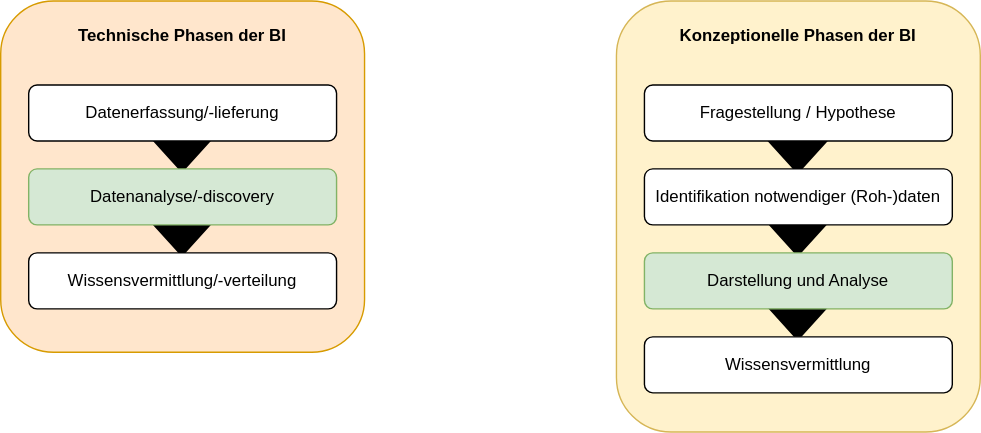
The draw.io diagram public/img/superset-bi-phases-highlighted2.svg in terrestris/fossgis2024, before a commit. Source tidied: cells renumbered, new cells last; positions are measured from the earlier drawing's top-left corner, leaving out a move shared by most shapes. The source it was exported from:
```xml
<mxGraphModel>
  <root>
    <mxCell id="0" />
    <mxCell id="1" parent="0" />
    <mxCell id="2" style="rounded=1;whiteSpace=wrap;html=1;fillColor=#ffe6cc;strokeColor=#d79b00;" parent="1" vertex="1">
      <mxGeometry width="260" height="251" as="geometry" />
    </mxCell>
    <mxCell id="3" style="shape=flexArrow;endArrow=classic;html=1;rounded=0;strokeWidth=20;" parent="1" edge="1">
      <mxGeometry relative="1" as="geometry">
        <mxPoint x="129.5" y="128" as="sourcePoint" />
        <mxPoint x="129.5" y="178" as="targetPoint" />
      </mxGeometry>
    </mxCell>
    <mxCell id="4" style="shape=flexArrow;endArrow=classic;html=1;rounded=0;strokeWidth=20;" parent="1" edge="1">
      <mxGeometry relative="1" as="geometry">
        <mxPoint x="129.5" y="68" as="sourcePoint" />
        <mxPoint x="129.5" y="118" as="targetPoint" />
      </mxGeometry>
    </mxCell>
    <mxCell id="5" value="Datenerfassung/-lieferung" style="rounded=1;whiteSpace=wrap;html=1;" parent="1" vertex="1">
      <mxGeometry x="20" y="60" width="220" height="40" as="geometry" />
    </mxCell>
    <mxCell id="6" value="Datenanalyse/-discovery" style="rounded=1;whiteSpace=wrap;html=1;fillColor=#d5e8d4;strokeColor=#82b366;" parent="1" vertex="1">
      <mxGeometry x="20" y="120" width="220" height="40" as="geometry" />
    </mxCell>
    <mxCell id="7" value="Wissensvermittlung/-verteilung" style="rounded=1;whiteSpace=wrap;html=1;" parent="1" vertex="1">
      <mxGeometry x="20" y="180" width="220" height="40" as="geometry" />
    </mxCell>
    <mxCell id="8" value="Technische Phasen der BI" style="text;html=1;strokeColor=none;fillColor=none;align=center;verticalAlign=middle;whiteSpace=wrap;rounded=0;fontStyle=1;" parent="1" vertex="1">
      <mxGeometry x="20" y="10" width="220" height="30" as="geometry" />
    </mxCell>
    <mxCell id="9" style="rounded=1;whiteSpace=wrap;html=1;fillColor=#fff2cc;strokeColor=#d6b656;" parent="1" vertex="1">
      <mxGeometry x="440" width="260" height="308" as="geometry" />
    </mxCell>
    <mxCell id="10" style="shape=flexArrow;endArrow=classic;html=1;rounded=0;strokeWidth=20;" parent="1" edge="1">
      <mxGeometry relative="1" as="geometry">
        <mxPoint x="569.5" y="69" as="sourcePoint" />
        <mxPoint x="569.5" y="119" as="targetPoint" />
      </mxGeometry>
    </mxCell>
    <mxCell id="11" style="shape=flexArrow;endArrow=classic;html=1;rounded=0;strokeWidth=20;" parent="1" edge="1">
      <mxGeometry relative="1" as="geometry">
        <mxPoint x="569.5" y="128" as="sourcePoint" />
        <mxPoint x="569.5" y="178" as="targetPoint" />
      </mxGeometry>
    </mxCell>
    <mxCell id="12" style="shape=flexArrow;endArrow=classic;html=1;rounded=0;strokeWidth=20;" parent="1" edge="1">
      <mxGeometry relative="1" as="geometry">
        <mxPoint x="569.5" y="188" as="sourcePoint" />
        <mxPoint x="569.5" y="238" as="targetPoint" />
      </mxGeometry>
    </mxCell>
    <mxCell id="13" value="Fragestellung / Hypothese" style="rounded=1;whiteSpace=wrap;html=1;" parent="1" vertex="1">
      <mxGeometry x="460" y="60" width="220" height="40" as="geometry" />
    </mxCell>
    <mxCell id="14" value="Identifikation notwendiger (Roh-)daten" style="rounded=1;whiteSpace=wrap;html=1;" parent="1" vertex="1">
      <mxGeometry x="460" y="120" width="220" height="40" as="geometry" />
    </mxCell>
    <mxCell id="15" value="Darstellung und Analyse" style="rounded=1;whiteSpace=wrap;html=1;fillColor=#d5e8d4;strokeColor=#82b366;" parent="1" vertex="1">
      <mxGeometry x="460" y="180" width="220" height="40" as="geometry" />
    </mxCell>
    <mxCell id="16" value="Wissensvermittlung" style="rounded=1;whiteSpace=wrap;html=1;" parent="1" vertex="1">
      <mxGeometry x="460" y="240" width="220" height="40" as="geometry" />
    </mxCell>
    <mxCell id="17" value="Konzeptionelle Phasen der BI" style="text;html=1;strokeColor=none;fillColor=none;align=center;verticalAlign=middle;whiteSpace=wrap;rounded=0;fontStyle=1;" parent="1" vertex="1">
      <mxGeometry x="460" y="10" width="220" height="30" as="geometry" />
    </mxCell>
  </root>
</mxGraphModel>
```
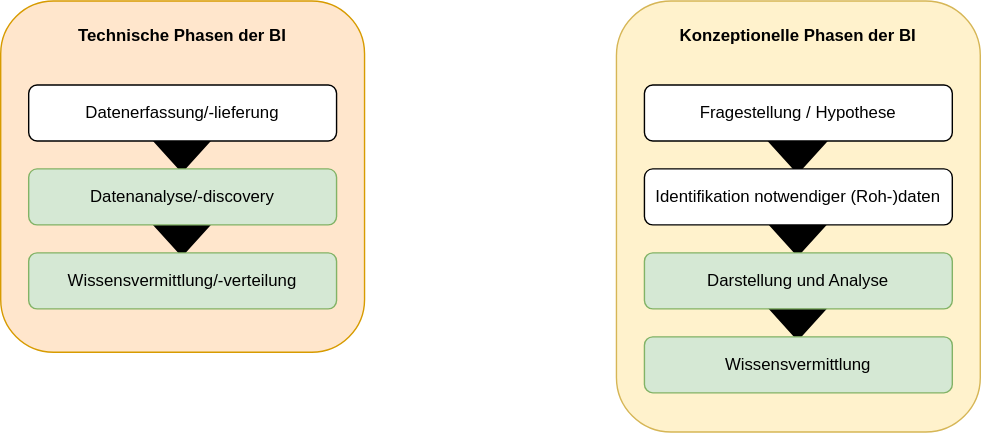
The same file after the commit.

Commit message:
feat: update superset talk

Change to the diagram source:
```diff
@@ -23,7 +23,7 @@
     <mxCell id="6" value="Datenanalyse/-discovery" style="rounded=1;whiteSpace=wrap;html=1;fillColor=#d5e8d4;strokeColor=#82b366;" parent="1" vertex="1">
       <mxGeometry x="20" y="120" width="220" height="40" as="geometry" />
     </mxCell>
-    <mxCell id="7" value="Wissensvermittlung/-verteilung" style="rounded=1;whiteSpace=wrap;html=1;" parent="1" vertex="1">
+    <mxCell id="7" value="Wissensvermittlung/-verteilung" style="rounded=1;whiteSpace=wrap;html=1;fillColor=#d5e8d4;strokeColor=#82b366;" parent="1" vertex="1">
       <mxGeometry x="20" y="180" width="220" height="40" as="geometry" />
     </mxCell>
     <mxCell id="8" value="Technische Phasen der BI" style="text;html=1;strokeColor=none;fillColor=none;align=center;verticalAlign=middle;whiteSpace=wrap;rounded=0;fontStyle=1;" parent="1" vertex="1">
@@ -59,7 +59,7 @@
     <mxCell id="15" value="Darstellung und Analyse" style="rounded=1;whiteSpace=wrap;html=1;fillColor=#d5e8d4;strokeColor=#82b366;" parent="1" vertex="1">
       <mxGeometry x="460" y="180" width="220" height="40" as="geometry" />
     </mxCell>
-    <mxCell id="16" value="Wissensvermittlung" style="rounded=1;whiteSpace=wrap;html=1;" parent="1" vertex="1">
+    <mxCell id="16" value="Wissensvermittlung" style="rounded=1;whiteSpace=wrap;html=1;fillColor=#d5e8d4;strokeColor=#82b366;" parent="1" vertex="1">
       <mxGeometry x="460" y="240" width="220" height="40" as="geometry" />
     </mxCell>
     <mxCell id="17" value="Konzeptionelle Phasen der BI" style="text;html=1;strokeColor=none;fillColor=none;align=center;verticalAlign=middle;whiteSpace=wrap;rounded=0;fontStyle=1;" parent="1" vertex="1">
```
